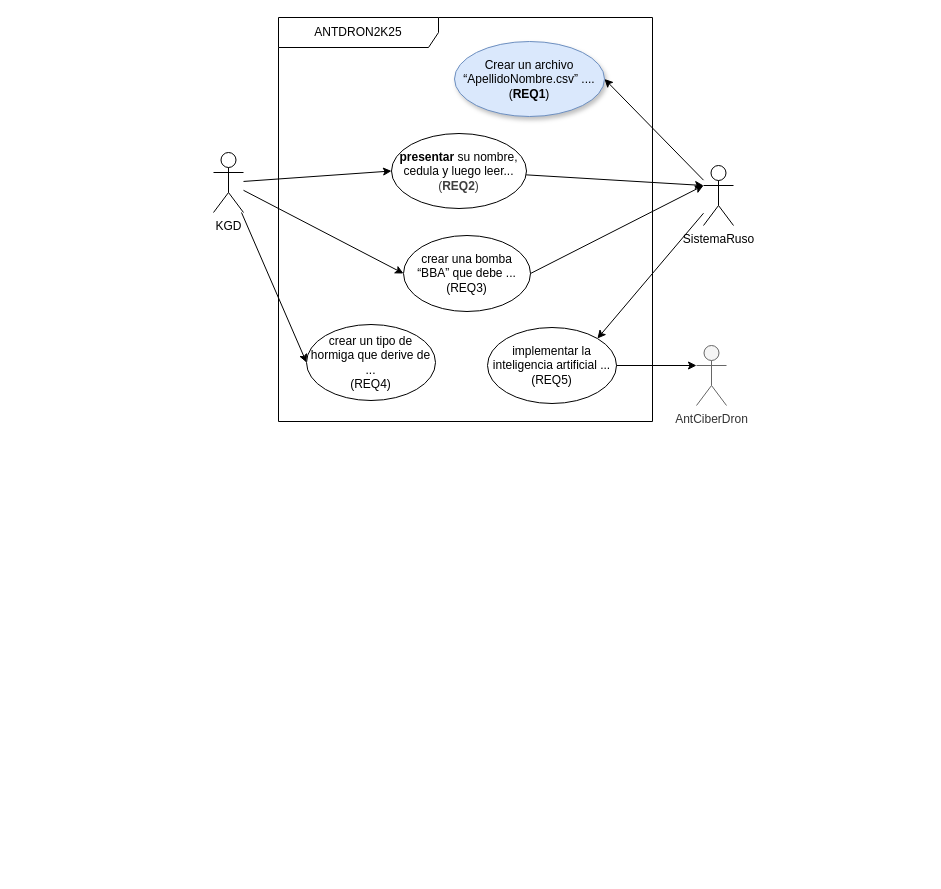
Earlier version of the draw.io diagram esDoc/02_DiagramaCasoUso.drawio (stxvxn2304/ExoBot_StevenEcheverria). Source tidied: cells renumbered, new cells numbered last; positions are measured from the earlier drawing's top-left corner, leaving out a move shared by most shapes. Both pictures are drawn from the tidied source at 100%, with x=0, y=0 at pixel (213, 17).
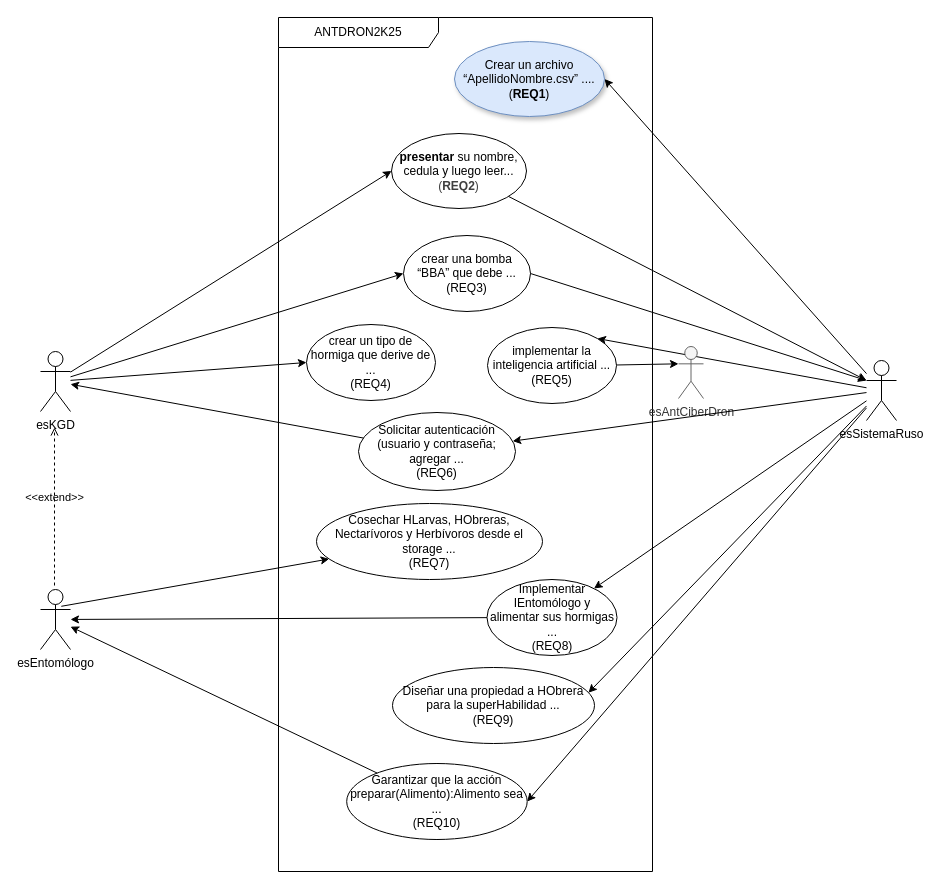
Above is the later version.

Change to the diagram source:
```diff
@@
-    <mxCell id="3" value="KGD" style="shape=umlActor;verticalLabelPosition=bottom;verticalAlign=top;html=1;" parent="1" vertex="1">
-      <mxGeometry y="135" width="30" height="60" as="geometry" />
+    <mxCell id="3" value="esKGD" style="shape=umlActor;verticalLabelPosition=bottom;verticalAlign=top;html=1;" parent="1" vertex="1">
+      <mxGeometry x="-173" y="334" width="30" height="60" as="geometry" />
     </mxCell>
@@
-    <mxCell id="7" value="SistemaRuso" style="shape=umlActor;verticalLabelPosition=bottom;verticalAlign=top;html=1;" parent="1" vertex="1">
-      <mxGeometry x="490" y="148" width="30" height="60" as="geometry" />
+    <mxCell id="7" value="esSistemaRuso" style="shape=umlActor;verticalLabelPosition=bottom;verticalAlign=top;html=1;" parent="1" vertex="1">
+      <mxGeometry x="653" y="343" width="30" height="60" as="geometry" />
     </mxCell>
     <mxCell id="8" value="ANTDRON2K25" style="shape=umlFrame;whiteSpace=wrap;html=1;width=160;" parent="1" vertex="1">
-      <mxGeometry x="65" width="374" height="404" as="geometry" />
+      <mxGeometry x="65" width="374" height="854" as="geometry" />
     </mxCell>
@@
+    <mxCell id="19" value="Solicitar autenticación (usuario y contraseña; agregar ...&lt;div&gt;(REQ6)&lt;/div&gt;" style="ellipse;whiteSpace=wrap;html=1;" parent="8" vertex="1">
+      <mxGeometry x="80" y="395" width="157" height="78" as="geometry" />
+    </mxCell>
+    <mxCell id="20" value="Cosechar HLarvas, HObreras, Nectarívoros y Herbívoros desde el storage ...&lt;div&gt;(REQ7)&lt;/div&gt;" style="ellipse;whiteSpace=wrap;html=1;" parent="8" vertex="1">
+      <mxGeometry x="38" y="486" width="226" height="76" as="geometry" />
+    </mxCell>
+    <mxCell id="21" value="Implementar IEntomólogo y alimentar sus hormigas ...&lt;div&gt;(REQ8)&lt;/div&gt;" style="ellipse;whiteSpace=wrap;html=1;" parent="8" vertex="1">
+      <mxGeometry x="208.5" y="562" width="130" height="76" as="geometry" />
+    </mxCell>
+    <mxCell id="22" value="Diseñar una propiedad a HObrera para la superHabilidad ...&lt;div&gt;(REQ9)&lt;/div&gt;" style="ellipse;whiteSpace=wrap;html=1;" parent="8" vertex="1">
+      <mxGeometry x="114" y="650" width="202" height="76" as="geometry" />
+    </mxCell>
+    <mxCell id="23" value="Garantizar que la acción preparar(Alimento):Alimento sea ...&lt;div&gt;(REQ10)&lt;/div&gt;" style="ellipse;whiteSpace=wrap;html=1;" parent="8" vertex="1">
+      <mxGeometry x="68.2" y="746" width="180.5" height="76" as="geometry" />
+    </mxCell>
@@
-    <mxCell id="17" value="AntCiberDron" style="shape=umlActor;verticalLabelPosition=bottom;verticalAlign=top;html=1;fillColor=#f5f5f5;fontColor=#333333;strokeColor=#666666;" parent="1" vertex="1">
-      <mxGeometry x="483" y="328" width="30" height="60" as="geometry" />
+    <mxCell id="17" value="esAntCiberDron" style="shape=umlActor;verticalLabelPosition=bottom;verticalAlign=top;html=1;fillColor=#f5f5f5;fontColor=#333333;strokeColor=#666666;" parent="1" vertex="1">
+      <mxGeometry x="465" y="329" width="25" height="52" as="geometry" />
     </mxCell>
@@
+    <mxCell id="24" value="esEntomólogo" style="shape=umlActor;verticalLabelPosition=bottom;verticalAlign=top;html=1;" parent="1" vertex="1">
+      <mxGeometry x="-173" y="572" width="30" height="60" as="geometry" />
+    </mxCell>
+    <mxCell id="25" value="&amp;lt;&amp;lt;extend&amp;gt;&amp;gt;" style="html=1;verticalAlign=bottom;labelBackgroundColor=none;endArrow=open;endFill=0;dashed=1;" parent="1" edge="1">
+      <mxGeometry relative="1" as="geometry">
+        <mxPoint x="-159" y="568" as="sourcePoint" />
+        <mxPoint x="-159" y="410" as="targetPoint" />
+      </mxGeometry>
+    </mxCell>
+    <mxCell id="26" style="edgeStyle=none;html=1;" parent="1" edge="1" source="19" target="3">
+      <mxGeometry relative="1" as="geometry" />
+    </mxCell>
+    <mxCell id="27" style="edgeStyle=none;html=1;" parent="1" edge="1" source="7" target="19">
+      <mxGeometry relative="1" as="geometry" />
+    </mxCell>
+    <mxCell id="28" style="edgeStyle=none;html=1;exitX=0.693;exitY=0.28;exitDx=0;exitDy=0;exitPerimeter=0;" parent="1" edge="1" source="24" target="20">
+      <mxGeometry relative="1" as="geometry" />
+    </mxCell>
+    <mxCell id="29" style="edgeStyle=none;html=1;" parent="1" edge="1" source="7" target="21">
+      <mxGeometry relative="1" as="geometry" />
+    </mxCell>
+    <mxCell id="30" style="edgeStyle=none;html=1;" parent="1" edge="1" source="21" target="24">
+      <mxGeometry relative="1" as="geometry" />
+    </mxCell>
+    <mxCell id="31" style="edgeStyle=none;html=1;entryX=0.97;entryY=0.332;entryDx=0;entryDy=0;entryPerimeter=0;" parent="1" edge="1" source="7" target="22">
+      <mxGeometry relative="1" as="geometry" />
+    </mxCell>
+    <mxCell id="32" style="edgeStyle=none;html=1;entryX=1;entryY=0.5;entryDx=0;entryDy=0;" parent="1" edge="1" source="7" target="23">
+      <mxGeometry relative="1" as="geometry" />
+    </mxCell>
+    <mxCell id="33" style="edgeStyle=none;html=1;" parent="1" edge="1" source="23" target="24">
+      <mxGeometry relative="1" as="geometry" />
+    </mxCell>
```
